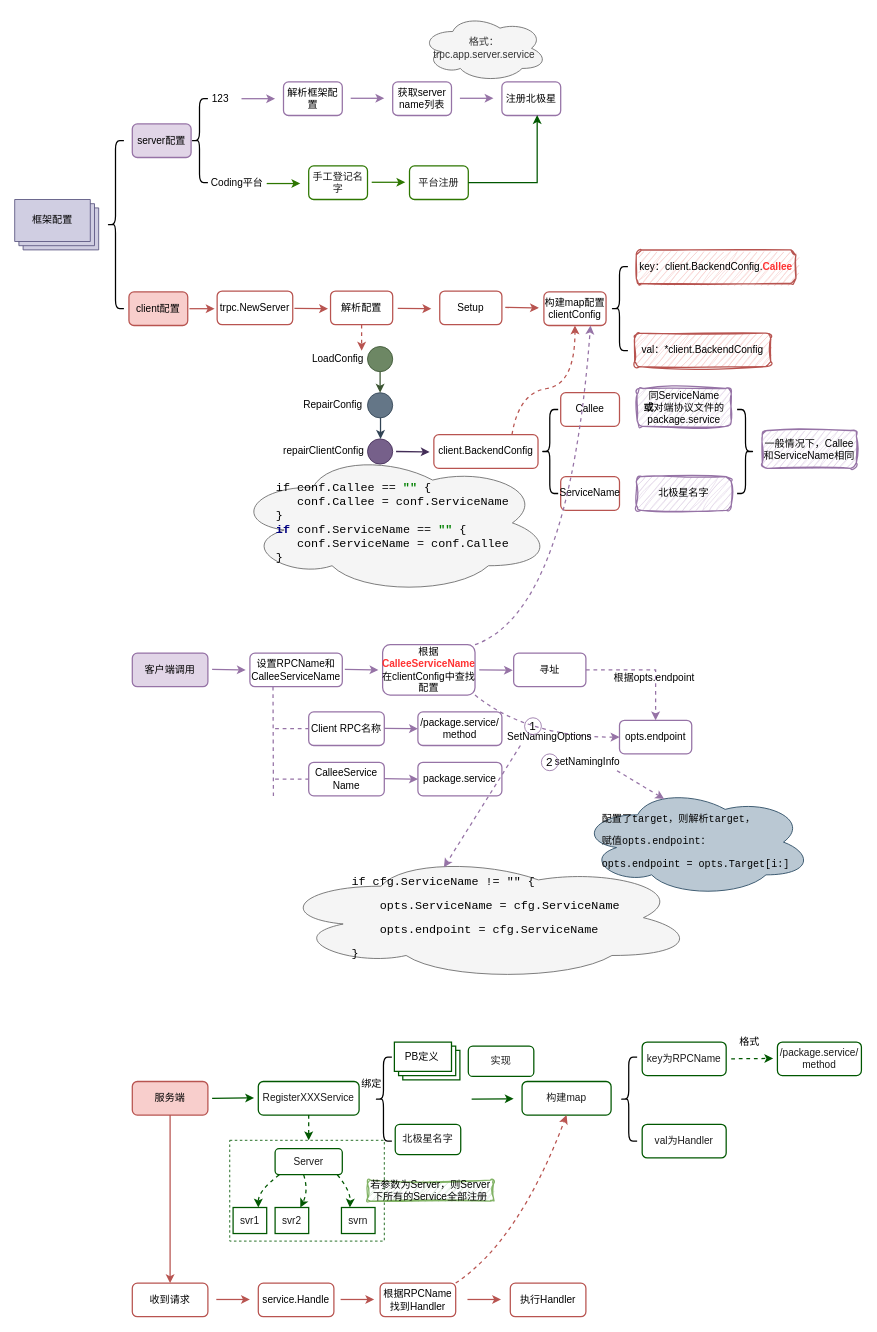
The draw.io diagram base/trpc-go配置.drawio in melonshell/draw.io, before the edit. Source tidied: cells renumbered, new cells numbered last; positions are measured from the earlier drawing's top-left corner, leaving out a move shared by most shapes. Both pictures are drawn from the tidied source at 84%, with x=0, y=0 at pixel (14, 14).
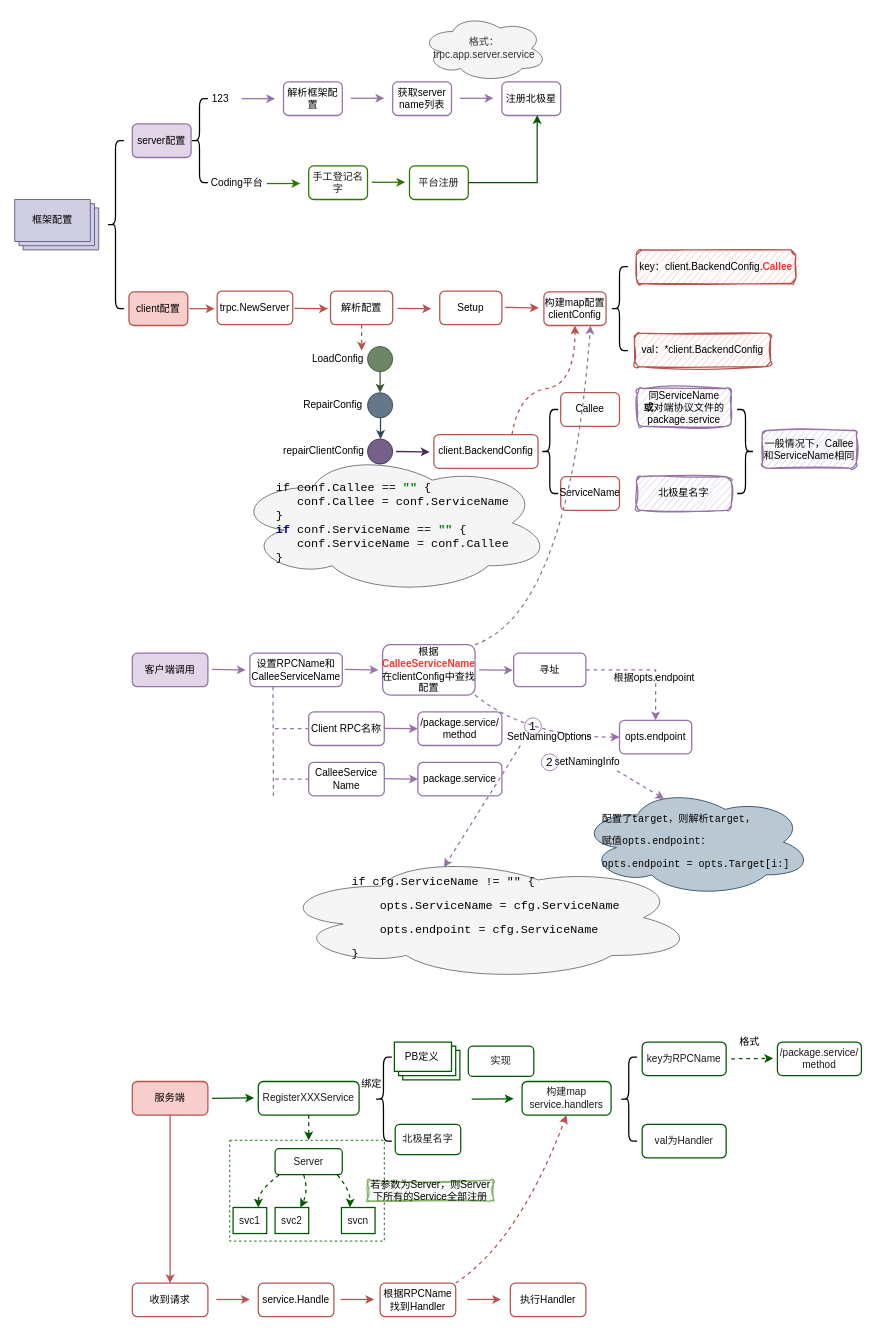
After the change.

The edit, as a diff of the source:
```diff
@@
-    <mxCell id="96" value="&lt;font color=&quot;#1a1a1a&quot;&gt;构建map&lt;/font&gt;" style="rounded=1;whiteSpace=wrap;html=1;strokeWidth=1.5;fillColor=none;strokeColor=#005700;fontColor=#ffffff;" parent="1" vertex="1">
+    <mxCell id="96" value="&lt;font color=&quot;#1a1a1a&quot;&gt;构建map&lt;br&gt;service.handlers&lt;br&gt;&lt;/font&gt;" style="rounded=1;whiteSpace=wrap;html=1;strokeWidth=1.5;fillColor=none;strokeColor=#005700;fontColor=#ffffff;" parent="1" vertex="1">
       <mxGeometry x="604" y="1270" width="106" height="40" as="geometry" />
     </mxCell>
@@
-    <mxCell id="111" value="&lt;font color=&quot;#1a1a1a&quot;&gt;svr1&lt;/font&gt;" style="rounded=0;whiteSpace=wrap;html=1;strokeWidth=1.5;fillColor=none;fontColor=#ffffff;strokeColor=#005700;" parent="1" vertex="1">
+    <mxCell id="111" value="&lt;font color=&quot;#1a1a1a&quot;&gt;svc1&lt;/font&gt;" style="rounded=0;whiteSpace=wrap;html=1;strokeWidth=1.5;fillColor=none;fontColor=#ffffff;strokeColor=#005700;" parent="1" vertex="1">
       <mxGeometry x="260" y="1420" width="40" height="31" as="geometry" />
     </mxCell>
-    <mxCell id="112" value="&lt;font color=&quot;#1a1a1a&quot;&gt;svr2&lt;/font&gt;" style="rounded=0;whiteSpace=wrap;html=1;strokeWidth=1.5;fillColor=none;fontColor=#ffffff;strokeColor=#005700;" parent="1" vertex="1">
+    <mxCell id="112" value="&lt;font color=&quot;#1a1a1a&quot;&gt;svc2&lt;/font&gt;" style="rounded=0;whiteSpace=wrap;html=1;strokeWidth=1.5;fillColor=none;fontColor=#ffffff;strokeColor=#005700;" parent="1" vertex="1">
       <mxGeometry x="310" y="1420" width="40" height="31" as="geometry" />
     </mxCell>
-    <mxCell id="113" value="&lt;font color=&quot;#1a1a1a&quot;&gt;svrn&lt;/font&gt;" style="rounded=0;whiteSpace=wrap;html=1;strokeWidth=1.5;fillColor=none;fontColor=#ffffff;strokeColor=#005700;" parent="1" vertex="1">
+    <mxCell id="113" value="&lt;font color=&quot;#1a1a1a&quot;&gt;svcn&lt;/font&gt;" style="rounded=0;whiteSpace=wrap;html=1;strokeWidth=1.5;fillColor=none;fontColor=#ffffff;strokeColor=#005700;" parent="1" vertex="1">
       <mxGeometry x="389" y="1420" width="40" height="31" as="geometry" />
     </mxCell>
```
